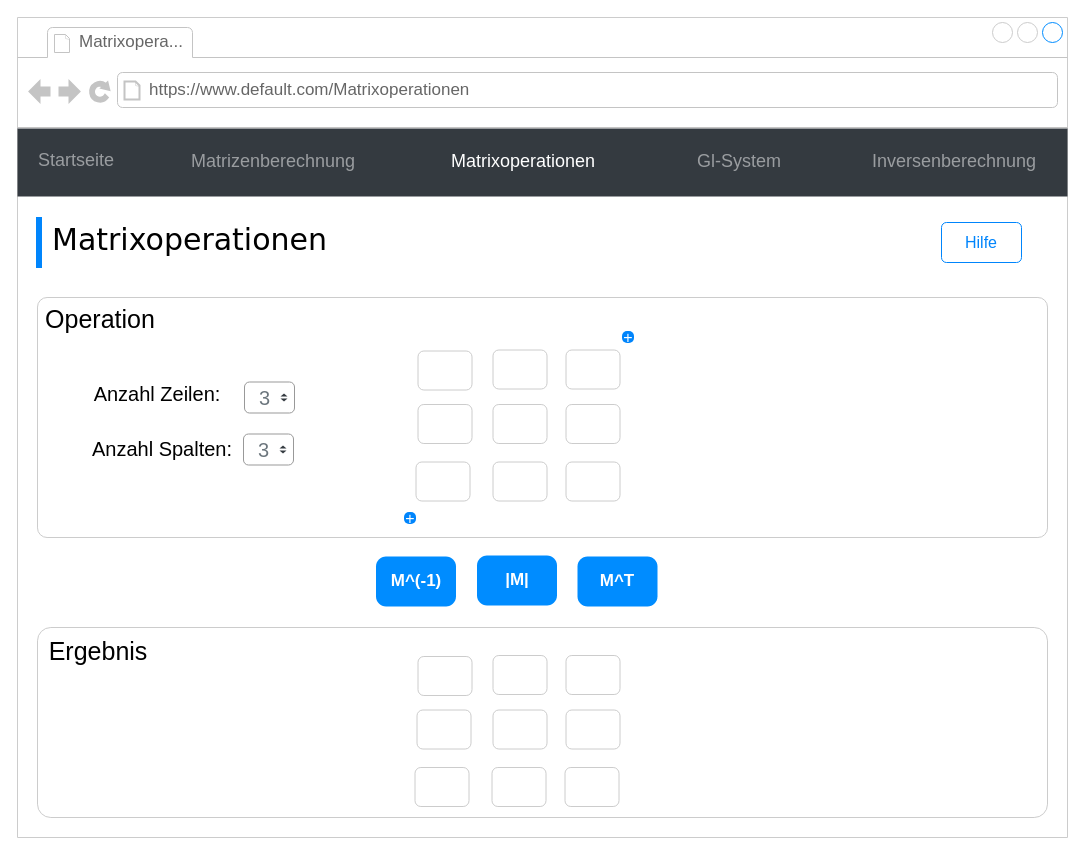
The draw.io diagram mockup/mockup_matrixoperationen.drawio in finitearth/Gaussian-Elimination-GUI, before the edit. Source tidied: cells renumbered, new cells numbered last; positions are measured from the earlier drawing's top-left corner, leaving out a move shared by most shapes. Both pictures are drawn from the tidied source at 100%, with x=0, y=0 at pixel (17, 17).
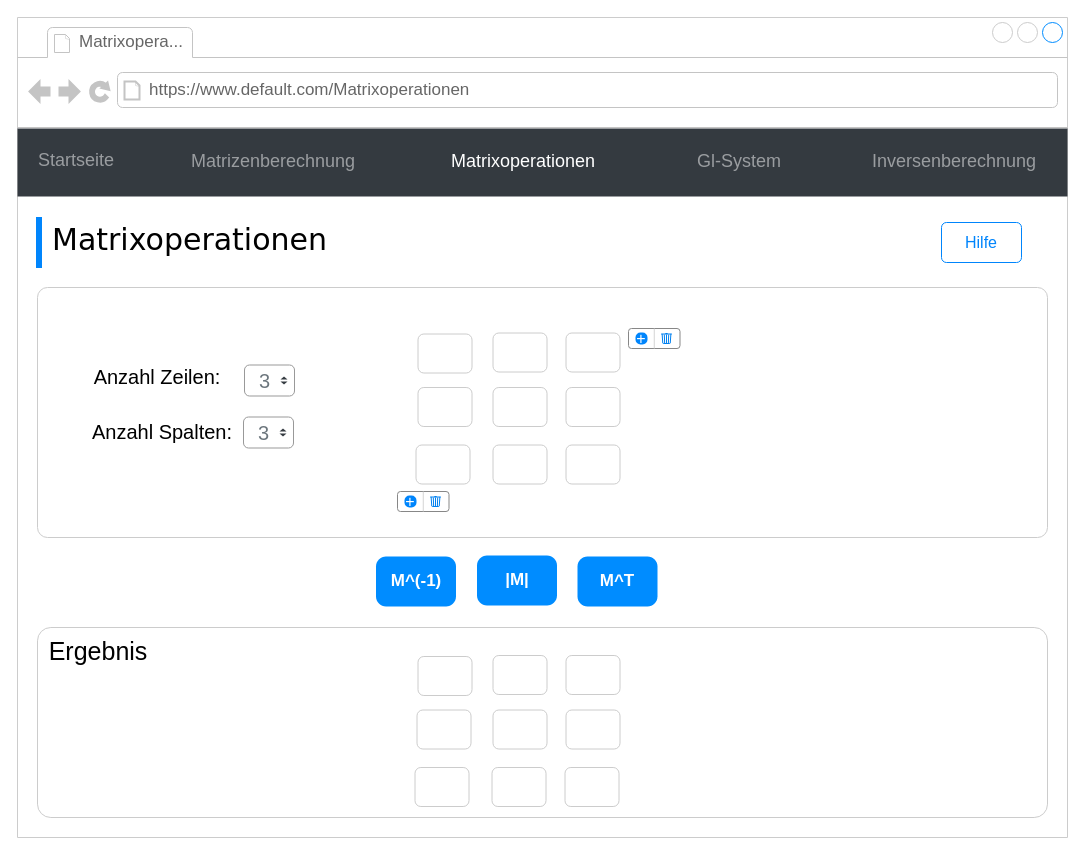
After the change.

Commit message:
changing button

Unchanged cells that the change refers to:
```xml
<mxCell id="2" style="strokeWidth=1;shadow=0;dashed=0;align=center;html=1;shape=mxgraph.mockup.containers.browserWindow;rSize=0;strokeColor=#CCCCCC;mainText=,;rounded=0;labelBackgroundColor=none;fontFamily=Verdana;fontSize=12;" parent="1" vertex="1">
  <mxGeometry width="1050" height="820" as="geometry" />
</mxCell>
```

Diff of the diagram source:
```diff
@@
+    <mxCell id="34" style="rounded=1;whiteSpace=wrap;html=1;fillColor=none;strokeColor=#CCCCCC;arcSize=4;" parent="2" vertex="1">
+      <mxGeometry x="20" y="270" width="1010" height="250" as="geometry" />
+    </mxCell>
@@
     <mxCell id="6" value="&lt;font style=&quot;font-size: 20px;&quot;&gt;3&lt;/font&gt;" style="html=1;shadow=0;dashed=0;shape=mxgraph.bootstrap.rrect;rSize=5;fillColor=#ffffff;strokeColor=#999999;align=left;spacing=15;fontSize=14;fontColor=#6C767D;" parent="2" vertex="1">
-      <mxGeometry x="227" y="364.5" width="50" height="31" as="geometry" />
+      <mxGeometry x="227" y="347.5" width="50" height="31" as="geometry" />
     </mxCell>
@@
     <mxCell id="9" value="&lt;font style=&quot;font-size: 20px;&quot;&gt;Anzahl Zeilen:&lt;/font&gt;" style="text;html=1;strokeColor=none;fillColor=none;align=center;verticalAlign=middle;whiteSpace=wrap;rounded=0;fontSize=17;" parent="2" vertex="1">
-      <mxGeometry x="70" y="362" width="140" height="30" as="geometry" />
+      <mxGeometry x="70" y="345" width="140" height="30" as="geometry" />
     </mxCell>
     <mxCell id="10" value="&lt;font style=&quot;font-size: 20px;&quot;&gt;Anzahl Spalten:&lt;/font&gt;" style="text;html=1;strokeColor=none;fillColor=none;align=center;verticalAlign=middle;whiteSpace=wrap;rounded=0;fontSize=17;" parent="2" vertex="1">
-      <mxGeometry x="70" y="416.5" width="150" height="30" as="geometry" />
+      <mxGeometry x="70" y="399.5" width="150" height="30" as="geometry" />
     </mxCell>
     <mxCell id="11" style="rounded=1;whiteSpace=wrap;html=1;strokeColor=#CCCCCC;fontSize=20;" parent="2" vertex="1">
-      <mxGeometry x="400.5" y="333.5" width="54" height="39" as="geometry" />
+      <mxGeometry x="400.5" y="316.5" width="54" height="39" as="geometry" />
     </mxCell>
-    <mxCell id="12" value="&amp;nbsp;+&amp;nbsp;" style="html=1;shadow=0;dashed=0;shape=mxgraph.bootstrap.rrect;rSize=5;strokeColor=none;strokeWidth=1;fillColor=#0085FC;fontColor=#FFFFFF;whiteSpace=wrap;align=center;verticalAlign=middle;spacingLeft=0;fontStyle=0;fontSize=16;spacing=5;rotation=0;labelPosition=center;verticalLabelPosition=middle;" parent="2" vertex="1">
-      <mxGeometry x="386.5" y="494.5" width="12" height="12" as="geometry" />
-    </mxCell>
-    <mxCell id="13" value="&amp;nbsp;+&amp;nbsp;" style="html=1;shadow=0;dashed=0;shape=mxgraph.bootstrap.rrect;rSize=5;strokeColor=none;strokeWidth=1;fillColor=#0085FC;fontColor=#FFFFFF;whiteSpace=wrap;align=center;verticalAlign=middle;spacingLeft=0;fontStyle=0;fontSize=16;spacing=5;rotation=0;labelPosition=center;verticalLabelPosition=middle;" parent="2" vertex="1">
-      <mxGeometry x="604.5" y="313.5" width="12" height="12" as="geometry" />
-    </mxCell>
@@
     <mxCell id="17" style="rounded=1;whiteSpace=wrap;html=1;strokeColor=#CCCCCC;fontSize=20;" parent="2" vertex="1">
-      <mxGeometry x="398.5" y="444.5" width="54" height="39" as="geometry" />
+      <mxGeometry x="398.5" y="427.5" width="54" height="39" as="geometry" />
     </mxCell>
     <mxCell id="18" style="rounded=1;whiteSpace=wrap;html=1;strokeColor=#CCCCCC;fontSize=20;" parent="2" vertex="1">
-      <mxGeometry x="400.5" y="387" width="54" height="39" as="geometry" />
+      <mxGeometry x="400.5" y="370" width="54" height="39" as="geometry" />
     </mxCell>
     <mxCell id="19" style="rounded=1;whiteSpace=wrap;html=1;strokeColor=#CCCCCC;fontSize=20;" parent="2" vertex="1">
-      <mxGeometry x="475.5" y="332.5" width="54" height="39" as="geometry" />
+      <mxGeometry x="475.5" y="315.5" width="54" height="39" as="geometry" />
     </mxCell>
     <mxCell id="20" style="rounded=1;whiteSpace=wrap;html=1;strokeColor=#CCCCCC;fontSize=20;" parent="2" vertex="1">
-      <mxGeometry x="548.5" y="332.5" width="54" height="39" as="geometry" />
+      <mxGeometry x="548.5" y="315.5" width="54" height="39" as="geometry" />
     </mxCell>
     <mxCell id="21" style="rounded=1;whiteSpace=wrap;html=1;strokeColor=#CCCCCC;fontSize=20;" parent="2" vertex="1">
-      <mxGeometry x="475.5" y="387" width="54" height="39" as="geometry" />
+      <mxGeometry x="475.5" y="370" width="54" height="39" as="geometry" />
     </mxCell>
     <mxCell id="22" style="rounded=1;whiteSpace=wrap;html=1;strokeColor=#CCCCCC;fontSize=20;" parent="2" vertex="1">
-      <mxGeometry x="548.5" y="387" width="54" height="39" as="geometry" />
+      <mxGeometry x="548.5" y="370" width="54" height="39" as="geometry" />
     </mxCell>
     <mxCell id="23" style="rounded=1;whiteSpace=wrap;html=1;strokeColor=#CCCCCC;fontSize=20;" parent="2" vertex="1">
-      <mxGeometry x="548.5" y="444.5" width="54" height="39" as="geometry" />
+      <mxGeometry x="548.5" y="427.5" width="54" height="39" as="geometry" />
     </mxCell>
     <mxCell id="24" style="rounded=1;whiteSpace=wrap;html=1;strokeColor=#CCCCCC;fontSize=20;" parent="2" vertex="1">
-      <mxGeometry x="475.5" y="444.5" width="54" height="39" as="geometry" />
+      <mxGeometry x="475.5" y="427.5" width="54" height="39" as="geometry" />
     </mxCell>
@@
-    <mxCell id="34" style="rounded=1;whiteSpace=wrap;html=1;fillColor=none;strokeColor=#CCCCCC;arcSize=4;" parent="2" vertex="1">
-      <mxGeometry x="20" y="280" width="1010" height="240" as="geometry" />
-    </mxCell>
-    <mxCell id="35" value="&lt;font style=&quot;font-size: 25px;&quot;&gt;Operation&lt;/font&gt;" style="text;html=1;strokeColor=none;fillColor=none;align=center;verticalAlign=middle;whiteSpace=wrap;rounded=0;" parent="2" vertex="1">
-      <mxGeometry x="53" y="286" width="60" height="30" as="geometry" />
-    </mxCell>
@@
+    <mxCell id="49" style="rounded=1;whiteSpace=wrap;html=1;strokeColor=#878787;" parent="2" vertex="1">
+      <mxGeometry x="380" y="474" width="51.5" height="20" as="geometry" />
+    </mxCell>
+    <mxCell id="50" style="html=1;verticalLabelPosition=bottom;align=center;labelBackgroundColor=#ffffff;verticalAlign=top;strokeWidth=1;strokeColor=#0080F0;shadow=0;dashed=0;shape=mxgraph.ios7.icons.trashcan;" parent="2" vertex="1">
+      <mxGeometry x="413" y="479" width="10" height="10" as="geometry" />
+    </mxCell>
+    <mxCell id="51" style="endArrow=none;html=1;rounded=0;strokeColor=#D4D4D4;exitX=0.5;exitY=0;exitDx=0;exitDy=0;entryX=0.5;entryY=1;entryDx=0;entryDy=0;" parent="2" edge="1" source="49" target="49">
+      <mxGeometry relative="1" as="geometry" />
+    </mxCell>
+    <mxCell id="12" value="&amp;nbsp;+&amp;nbsp;" style="html=1;shadow=0;dashed=0;shape=mxgraph.bootstrap.rrect;rSize=5;strokeColor=none;strokeWidth=1;fillColor=#0085FC;fontColor=#FFFFFF;whiteSpace=wrap;align=center;verticalAlign=middle;spacingLeft=0;fontStyle=0;fontSize=16;spacing=5;rotation=0;labelPosition=center;verticalLabelPosition=middle;" parent="2" vertex="1">
+      <mxGeometry x="387" y="478" width="12" height="12" as="geometry" />
+    </mxCell>
@@
     <mxCell id="39" value="&lt;font style=&quot;font-size: 20px;&quot;&gt;3&lt;/font&gt;" style="html=1;shadow=0;dashed=0;shape=mxgraph.bootstrap.rrect;rSize=5;fillColor=#ffffff;strokeColor=#999999;align=left;spacing=15;fontSize=14;fontColor=#6C767D;" parent="1" vertex="1">
-      <mxGeometry x="226" y="416.5" width="50" height="31" as="geometry" />
+      <mxGeometry x="226" y="399.5" width="50" height="31" as="geometry" />
     </mxCell>
@@
+    <mxCell id="52" style="rounded=1;whiteSpace=wrap;html=1;strokeColor=#878787;" parent="1" vertex="1">
+      <mxGeometry x="611" y="311" width="51.5" height="20" as="geometry" />
+    </mxCell>
+    <mxCell id="53" style="html=1;verticalLabelPosition=bottom;align=center;labelBackgroundColor=#ffffff;verticalAlign=top;strokeWidth=1;strokeColor=#0080F0;shadow=0;dashed=0;shape=mxgraph.ios7.icons.trashcan;" parent="1" vertex="1">
+      <mxGeometry x="644" y="316" width="10" height="10" as="geometry" />
+    </mxCell>
+    <mxCell id="54" style="endArrow=none;html=1;rounded=0;strokeColor=#D4D4D4;exitX=0.5;exitY=0;exitDx=0;exitDy=0;entryX=0.5;entryY=1;entryDx=0;entryDy=0;" parent="1" edge="1" source="52" target="52">
+      <mxGeometry relative="1" as="geometry" />
+    </mxCell>
+    <mxCell id="13" value="&amp;nbsp;+&amp;nbsp;" style="html=1;shadow=0;dashed=0;shape=mxgraph.bootstrap.rrect;rSize=5;strokeColor=none;strokeWidth=1;fillColor=#0085FC;fontColor=#FFFFFF;whiteSpace=wrap;align=center;verticalAlign=middle;spacingLeft=0;fontStyle=0;fontSize=16;spacing=5;rotation=0;labelPosition=center;verticalLabelPosition=middle;" parent="1" vertex="1">
+      <mxGeometry x="618" y="315" width="12" height="12" as="geometry" />
+    </mxCell>
```
